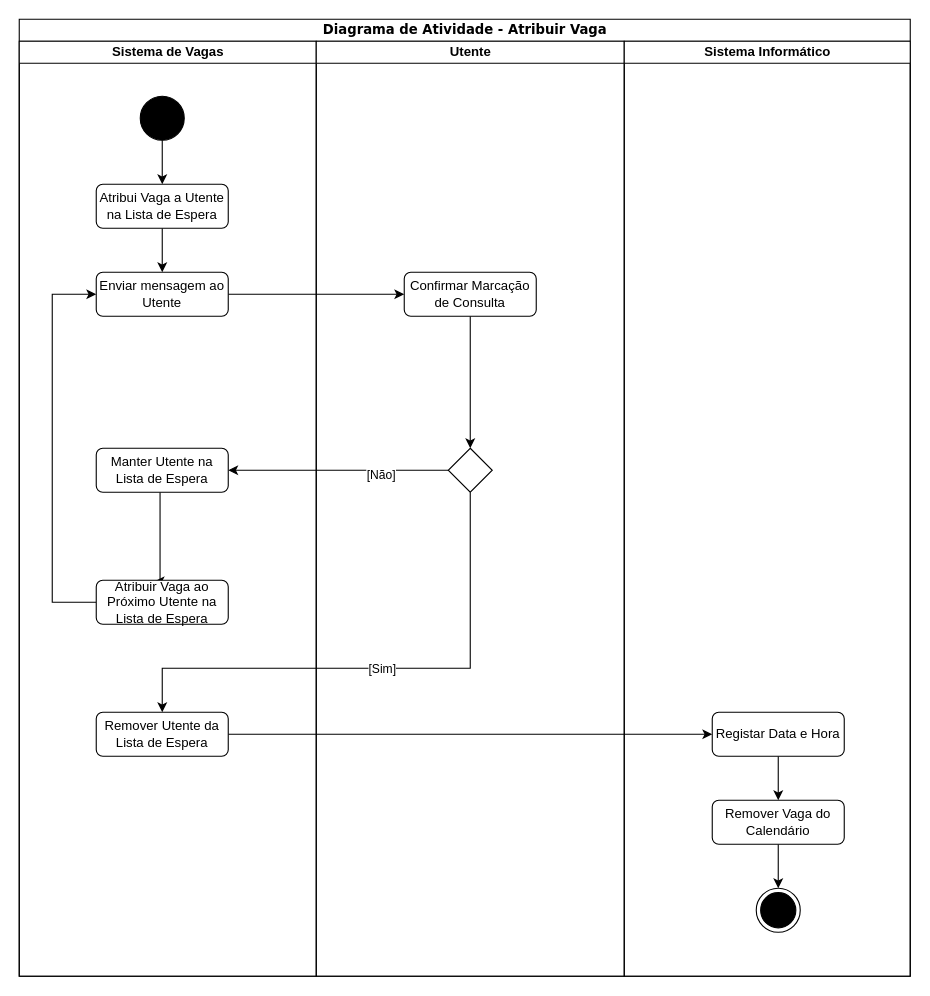
Above: page "Atribuir Vaga" (3 of 6) of 2. Diagramas de Actividades.drawio in carlan92/Hospital_Management_System (draw.io), before the change. Source tidied: cells renumbered, new cells numbered last; positions are measured from the earlier drawing's top-left corner, leaving out a move shared by most shapes. Both pictures are drawn from the tidied source at 110%, with x=0, y=0 at pixel (19, 19).
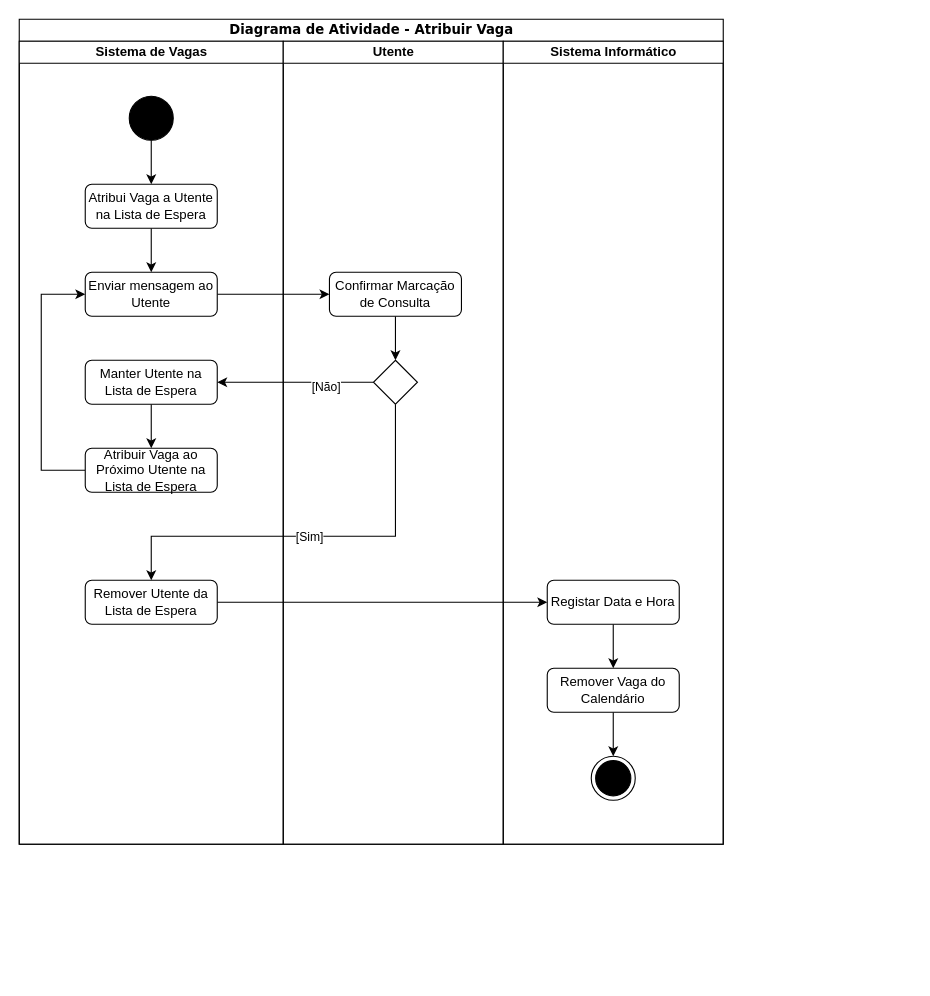
Above is the later version.

What changed in the source:
```diff
@@
     <mxCell id="2" value="Diagrama de Atividade - Atribuir Vaga" style="swimlane;html=1;startSize=20;rounded=0;shadow=0;comic=0;labelBackgroundColor=none;strokeWidth=1;fontFamily=Verdana;fontSize=12;align=center;" parent="1" vertex="1">
-      <mxGeometry width="810" height="870" as="geometry" />
+      <mxGeometry width="640" height="750" as="geometry" />
     </mxCell>
@@
-    <mxCell id="4" style="edgeStyle=orthogonalEdgeStyle;rounded=0;jettySize=auto;html=1;exitX=0.5;exitY=1;exitDx=0;exitDy=0;entryX=0.5;entryY=0;entryDx=0;entryDy=0;" parent="2" edge="1" source="23" target="19">
-      <mxGeometry relative="1" as="geometry">
-        <Array as="points">
-          <mxPoint x="410" y="590" />
-          <mxPoint x="130" y="590" />
-        </Array>
-      </mxGeometry>
-    </mxCell>
-    <mxCell id="5" value="[Sim]" style="edgeLabel;html=1;align=center;verticalAlign=middle;" parent="4" vertex="1">
-      <mxGeometry x="-0.15" y="-1" relative="1" as="geometry">
-        <mxPoint x="-37" y="1" as="offset" />
-      </mxGeometry>
-    </mxCell>
-    <mxCell id="6" style="edgeStyle=orthogonalEdgeStyle;rounded=0;jettySize=auto;html=1;entryX=1;entryY=0.5;entryDx=0;entryDy=0;" parent="2" edge="1" source="23" target="16">
-      <mxGeometry relative="1" as="geometry" />
-    </mxCell>
-    <mxCell id="7" value="[Não]" style="edgeLabel;html=1;align=center;verticalAlign=middle;" parent="6" vertex="1">
-      <mxGeometry x="-0.38" y="3" relative="1" as="geometry" />
-    </mxCell>
@@
     <mxCell id="9" value="Sistema de Vagas" style="swimlane;html=1;startSize=20;" parent="2" vertex="1">
-      <mxGeometry y="20" width="270" height="850" as="geometry" />
+      <mxGeometry y="20" width="240" height="730" as="geometry" />
     </mxCell>
     <mxCell id="10" style="ellipse;whiteSpace=wrap;html=1;rounded=0;shadow=0;comic=0;labelBackgroundColor=none;strokeWidth=1;fillColor=#000000;fontFamily=Verdana;fontSize=12;align=center;" parent="9" vertex="1">
-      <mxGeometry x="110" y="50" width="40" height="40" as="geometry" />
+      <mxGeometry x="100" y="50" width="40" height="40" as="geometry" />
     </mxCell>
@@
     <mxCell id="13" value="Atribui Vaga a Utente na Lista de Espera" style="rounded=1;whiteSpace=wrap;html=1;" parent="9" vertex="1">
-      <mxGeometry x="70" y="130" width="120" height="40" as="geometry" />
+      <mxGeometry x="60" y="130" width="120" height="40" as="geometry" />
     </mxCell>
     <mxCell id="14" value="Enviar mensagem ao Utente" style="rounded=1;whiteSpace=wrap;html=1;" parent="9" vertex="1">
-      <mxGeometry x="70" y="210" width="120" height="40" as="geometry" />
+      <mxGeometry x="60" y="210" width="120" height="40" as="geometry" />
     </mxCell>
-    <mxCell id="15" style="edgeStyle=orthogonalEdgeStyle;rounded=0;jettySize=auto;html=1;entryX=0.442;entryY=0.025;entryDx=0;entryDy=0;entryPerimeter=0;" parent="9" edge="1" source="16" target="18">
+    <mxCell id="15" style="edgeStyle=orthogonalEdgeStyle;rounded=0;jettySize=auto;html=1;entryX=0.5;entryY=0;entryDx=0;entryDy=0;" parent="9" edge="1" source="16" target="18">
       <mxGeometry relative="1" as="geometry">
         <Array as="points">
-          <mxPoint x="128" y="450" />
-          <mxPoint x="128" y="450" />
+          <mxPoint x="120" y="370" />
+          <mxPoint x="120" y="370" />
         </Array>
       </mxGeometry>
     </mxCell>
     <mxCell id="16" value="Manter Utente na Lista de Espera" style="rounded=1;whiteSpace=wrap;html=1;" parent="9" vertex="1">
-      <mxGeometry x="70" y="370" width="120" height="40" as="geometry" />
+      <mxGeometry x="60" y="290" width="120" height="40" as="geometry" />
     </mxCell>
     <mxCell id="17" style="edgeStyle=orthogonalEdgeStyle;rounded=0;jettySize=auto;html=1;entryX=0;entryY=0.5;entryDx=0;entryDy=0;exitX=0;exitY=0.5;exitDx=0;exitDy=0;" parent="9" edge="1" source="18" target="14">
       <mxGeometry relative="1" as="geometry">
         <Array as="points">
-          <mxPoint x="30" y="510" />
-          <mxPoint x="30" y="230" />
+          <mxPoint x="20" y="390" />
+          <mxPoint x="20" y="230" />
         </Array>
       </mxGeometry>
     </mxCell>
     <mxCell id="18" value="Atribuir Vaga ao Próximo Utente na Lista de Espera" style="rounded=1;whiteSpace=wrap;html=1;" parent="9" vertex="1">
-      <mxGeometry x="70" y="490" width="120" height="40" as="geometry" />
+      <mxGeometry x="60" y="370" width="120" height="40" as="geometry" />
     </mxCell>
     <mxCell id="19" value="Remover Utente da Lista de Espera" style="rounded=1;whiteSpace=wrap;html=1;" parent="9" vertex="1">
-      <mxGeometry x="70" y="610" width="120" height="40" as="geometry" />
+      <mxGeometry x="60" y="490" width="120" height="40" as="geometry" />
     </mxCell>
+    <mxCell id="4" style="edgeStyle=orthogonalEdgeStyle;rounded=0;jettySize=auto;html=1;exitX=0.5;exitY=1;exitDx=0;exitDy=0;entryX=0.5;entryY=0;entryDx=0;entryDy=0;" parent="2" edge="1" source="23" target="19">
+      <mxGeometry relative="1" as="geometry">
+        <Array as="points">
+          <mxPoint x="342" y="470" />
+          <mxPoint x="120" y="470" />
+        </Array>
+      </mxGeometry>
+    </mxCell>
+    <mxCell id="5" value="[Sim]" style="edgeLabel;html=1;align=center;verticalAlign=middle;" parent="4" vertex="1">
+      <mxGeometry x="-0.15" y="-1" relative="1" as="geometry">
+        <mxPoint x="-37" y="1" as="offset" />
+      </mxGeometry>
+    </mxCell>
+    <mxCell id="6" style="edgeStyle=orthogonalEdgeStyle;rounded=0;jettySize=auto;html=1;entryX=1;entryY=0.5;entryDx=0;entryDy=0;" parent="2" edge="1" source="23" target="16">
+      <mxGeometry relative="1" as="geometry" />
+    </mxCell>
+    <mxCell id="7" value="[Não]" style="edgeLabel;html=1;align=center;verticalAlign=middle;" parent="6" vertex="1">
+      <mxGeometry x="-0.38" y="3" relative="1" as="geometry" />
+    </mxCell>
     <mxCell id="20" value="Utente" style="swimlane;html=1;startSize=20;" parent="2" vertex="1">
-      <mxGeometry x="270" y="20" width="280" height="850" as="geometry" />
+      <mxGeometry x="240" y="20" width="200" height="730" as="geometry" />
     </mxCell>
@@
     <mxCell id="22" value="Confirmar Marcação de Consulta" style="rounded=1;whiteSpace=wrap;html=1;" parent="20" vertex="1">
-      <mxGeometry x="80" y="210" width="120" height="40" as="geometry" />
+      <mxGeometry x="42" y="210" width="120" height="40" as="geometry" />
     </mxCell>
     <mxCell id="23" style="rhombus;whiteSpace=wrap;html=1;" parent="20" vertex="1">
-      <mxGeometry x="120" y="370" width="40" height="40" as="geometry" />
+      <mxGeometry x="82" y="290" width="40" height="40" as="geometry" />
     </mxCell>
     <mxCell id="24" value="Sistema Informático" style="swimlane;html=1;startSize=20;" parent="2" vertex="1">
-      <mxGeometry x="550" y="20" width="260" height="850" as="geometry" />
+      <mxGeometry x="440" y="20" width="200" height="730" as="geometry" />
     </mxCell>
@@
     <mxCell id="26" value="Registar Data e Hora" style="rounded=1;whiteSpace=wrap;html=1;" parent="24" vertex="1">
-      <mxGeometry x="80" y="610" width="120" height="40" as="geometry" />
+      <mxGeometry x="40" y="490" width="120" height="40" as="geometry" />
     </mxCell>
@@
     <mxCell id="28" value="Remover Vaga do Calendário" style="rounded=1;whiteSpace=wrap;html=1;" parent="24" vertex="1">
-      <mxGeometry x="80" y="690" width="120" height="40" as="geometry" />
+      <mxGeometry x="40" y="570" width="120" height="40" as="geometry" />
     </mxCell>
     <mxCell id="29" style="ellipse;html=1;shape=endState;fillColor=#000000;" parent="24" vertex="1">
-      <mxGeometry x="120" y="770" width="40" height="40" as="geometry" />
+      <mxGeometry x="80" y="650" width="40" height="40" as="geometry" />
     </mxCell>
```
